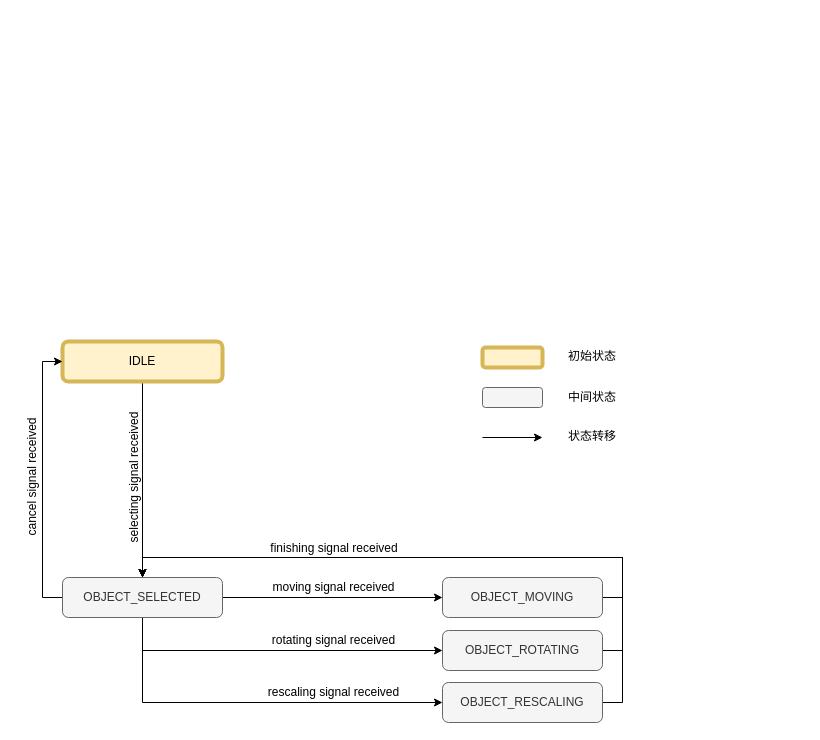
lorenz-liu/gaze-dominant-manipulation keeps this draw.io diagram as PAPERWORK/论文图例/system_state_machine.drawio. Above is the earlier version. Source tidied: cells renumbered, new cells numbered last; positions are measured from the earlier drawing's top-left corner, leaving out a move shared by most shapes. Both pictures are drawn from the tidied source at 100%, with x=0, y=0 at pixel (-86, 341).
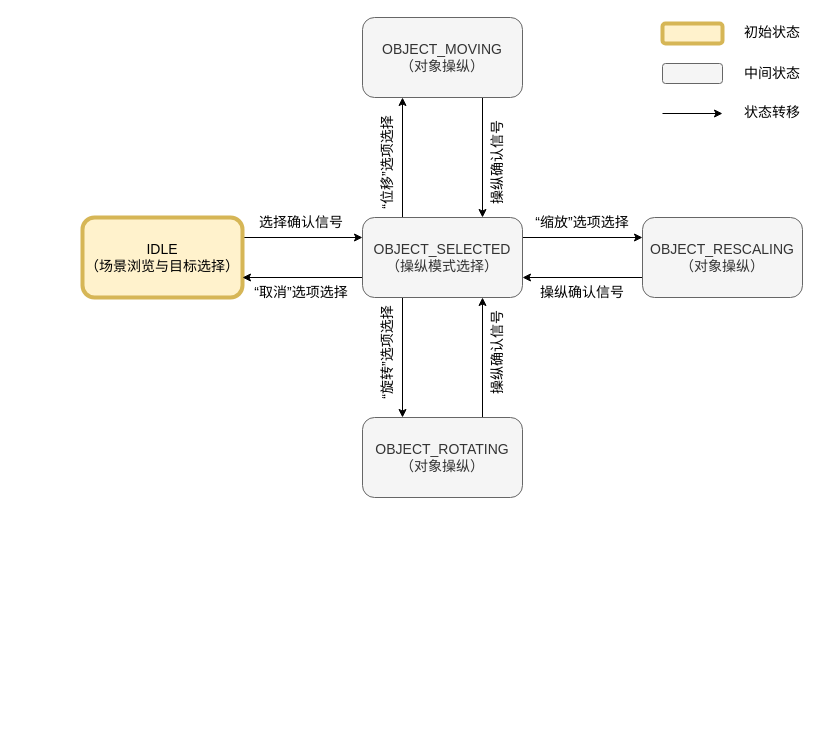
After the change.

What changed in the source:
```diff
@@
-    <mxCell id="2" style="edgeStyle=orthogonalEdgeStyle;rounded=0;jettySize=auto;html=1;exitX=0.5;exitY=1;exitDx=0;exitDy=0;entryX=0.5;entryY=0;entryDx=0;entryDy=0;" parent="1" edge="1" source="3" target="8">
+    <mxCell id="2" style="edgeStyle=orthogonalEdgeStyle;rounded=0;jettySize=auto;html=1;exitX=1;exitY=0.25;exitDx=0;exitDy=0;entryX=0;entryY=0.25;entryDx=0;entryDy=0;fontSize=14;" parent="1" edge="1" source="3" target="8">
       <mxGeometry relative="1" as="geometry" />
     </mxCell>
-    <mxCell id="3" value="IDLE" style="rounded=1;whiteSpace=wrap;html=1;fillColor=#fff2cc;strokeColor=#d6b656;strokeWidth=4;" parent="1" vertex="1">
-      <mxGeometry x="148" width="160" height="40" as="geometry" />
+    <mxCell id="3" value="IDLE&lt;br style=&quot;font-size: 14px;&quot;&gt;（场景浏览与目标选择）" style="rounded=1;whiteSpace=wrap;html=1;fillColor=#fff2cc;strokeColor=#d6b656;strokeWidth=4;imageWidth=24;imageHeight=24;fontSize=14;" parent="1" vertex="1">
+      <mxGeometry x="168" y="-124" width="160" height="80" as="geometry" />
     </mxCell>
+    <mxCell id="5" style="edgeStyle=orthogonalEdgeStyle;rounded=0;jettySize=auto;html=1;exitX=0;exitY=0.75;exitDx=0;exitDy=0;entryX=1;entryY=0.75;entryDx=0;entryDy=0;fontSize=14;" parent="1" edge="1" source="8" target="3">
+      <mxGeometry relative="1" as="geometry" />
+    </mxCell>
-    <mxCell id="4" style="edgeStyle=orthogonalEdgeStyle;rounded=0;jettySize=auto;html=1;exitX=1;exitY=0.5;exitDx=0;exitDy=0;" parent="1" edge="1" source="8" target="11">
+    <mxCell id="4" style="edgeStyle=orthogonalEdgeStyle;rounded=0;jettySize=auto;html=1;exitX=0.25;exitY=0;exitDx=0;exitDy=0;entryX=0.25;entryY=1;entryDx=0;entryDy=0;fontSize=14;" parent="1" edge="1" source="8" target="11">
       <mxGeometry relative="1" as="geometry" />
     </mxCell>
-    <mxCell id="5" style="edgeStyle=orthogonalEdgeStyle;rounded=0;jettySize=auto;html=1;exitX=0;exitY=0.5;exitDx=0;exitDy=0;entryX=0;entryY=0.5;entryDx=0;entryDy=0;" parent="1" edge="1" source="8" target="3">
-      <mxGeometry relative="1" as="geometry" />
-    </mxCell>
-    <mxCell id="6" style="edgeStyle=orthogonalEdgeStyle;rounded=0;jettySize=auto;html=1;exitX=0.5;exitY=1;exitDx=0;exitDy=0;entryX=0;entryY=0.5;entryDx=0;entryDy=0;" parent="1" edge="1" source="8" target="22">
+    <mxCell id="6" style="edgeStyle=orthogonalEdgeStyle;rounded=0;jettySize=auto;html=1;exitX=0.25;exitY=1;exitDx=0;exitDy=0;entryX=0.25;entryY=0;entryDx=0;entryDy=0;fontSize=14;" parent="1" edge="1" source="8" target="22">
       <mxGeometry relative="1" as="geometry" />
     </mxCell>
-    <mxCell id="7" style="edgeStyle=orthogonalEdgeStyle;rounded=0;jettySize=auto;html=1;exitX=0.5;exitY=1;exitDx=0;exitDy=0;entryX=0;entryY=0.5;entryDx=0;entryDy=0;" parent="1" edge="1" source="8" target="25">
+    <mxCell id="7" style="edgeStyle=orthogonalEdgeStyle;rounded=0;jettySize=auto;html=1;exitX=1;exitY=0.25;exitDx=0;exitDy=0;entryX=0;entryY=0.25;entryDx=0;entryDy=0;fontSize=14;" parent="1" edge="1" source="8" target="25">
       <mxGeometry relative="1" as="geometry" />
     </mxCell>
-    <mxCell id="8" value="OBJECT_SELECTED" style="rounded=1;whiteSpace=wrap;html=1;fillColor=#f5f5f5;fontColor=#333333;strokeColor=#666666;" parent="1" vertex="1">
-      <mxGeometry x="148" y="236" width="160" height="40" as="geometry" />
+    <mxCell id="8" value="OBJECT_SELECTED&lt;br style=&quot;font-size: 14px;&quot;&gt;（操纵模式选择）" style="rounded=1;whiteSpace=wrap;html=1;fillColor=#f5f5f5;fontColor=#333333;strokeColor=#666666;imageWidth=24;imageHeight=24;fontSize=14;" parent="1" vertex="1">
+      <mxGeometry x="448" y="-124" width="160" height="80" as="geometry" />
     </mxCell>
-    <mxCell id="9" value="finishing signal received" style="text;html=1;strokeColor=none;fillColor=none;align=center;verticalAlign=middle;whiteSpace=wrap;rounded=0;rotation=0;" parent="1" vertex="1">
-      <mxGeometry x="344.5" y="192" width="150" height="30" as="geometry" />
+    <mxCell id="9" value="“位移”选项选择" style="text;html=1;strokeColor=none;fillColor=none;align=center;verticalAlign=middle;whiteSpace=wrap;rounded=0;rotation=-90;fontSize=14;" parent="1" vertex="1">
+      <mxGeometry x="423" y="-194" width="100" height="30" as="geometry" />
     </mxCell>
-    <mxCell id="10" style="edgeStyle=orthogonalEdgeStyle;rounded=0;jettySize=auto;html=1;exitX=1;exitY=0.5;exitDx=0;exitDy=0;entryX=0.5;entryY=0;entryDx=0;entryDy=0;" parent="1" edge="1" source="11" target="8">
-      <mxGeometry relative="1" as="geometry">
-        <Array as="points">
-          <mxPoint x="708" y="256" />
-          <mxPoint x="708" y="216" />
-          <mxPoint x="228" y="216" />
-        </Array>
-      </mxGeometry>
+    <mxCell id="10" style="edgeStyle=orthogonalEdgeStyle;rounded=0;jettySize=auto;html=1;exitX=0.75;exitY=1;exitDx=0;exitDy=0;entryX=0.75;entryY=0;entryDx=0;entryDy=0;fontSize=14;" parent="1" edge="1" source="11" target="8">
+      <mxGeometry relative="1" as="geometry" />
     </mxCell>
-    <mxCell id="11" value="OBJECT_MOVING" style="rounded=1;whiteSpace=wrap;html=1;fillColor=#f5f5f5;fontColor=#333333;strokeColor=#666666;" parent="1" vertex="1">
-      <mxGeometry x="528" y="236" width="160" height="40" as="geometry" />
+    <mxCell id="11" value="OBJECT_MOVING&lt;br style=&quot;font-size: 14px;&quot;&gt;（对象操纵）" style="rounded=1;whiteSpace=wrap;html=1;fillColor=#f5f5f5;fontColor=#333333;strokeColor=#666666;imageWidth=24;imageHeight=24;fontSize=14;" parent="1" vertex="1">
+      <mxGeometry x="448" y="-324" width="160" height="80" as="geometry" />
     </mxCell>
-    <mxCell id="12" value="cancel signal received" style="text;html=1;strokeColor=none;fillColor=none;align=center;verticalAlign=middle;whiteSpace=wrap;rounded=0;rotation=-90;" parent="1" vertex="1">
-      <mxGeometry x="0.5" y="121" width="235" height="30" as="geometry" />
+    <mxCell id="12" value="“取消”选项选择" style="text;html=1;strokeColor=none;fillColor=none;align=center;verticalAlign=middle;whiteSpace=wrap;rounded=0;rotation=0;fontSize=14;" parent="1" vertex="1">
+      <mxGeometry x="328" y="-64" width="117.5" height="30" as="geometry" />
     </mxCell>
-    <mxCell id="13" value="moving signal received" style="text;html=1;strokeColor=none;fillColor=none;align=center;verticalAlign=middle;whiteSpace=wrap;rounded=0;rotation=0;" parent="1" vertex="1">
-      <mxGeometry x="302" y="231" width="235" height="30" as="geometry" />
-    </mxCell>
-    <mxCell id="14" value="selecting signal received" style="text;html=1;strokeColor=none;fillColor=none;align=center;verticalAlign=middle;whiteSpace=wrap;rounded=0;rotation=-90;" parent="1" vertex="1">
-      <mxGeometry x="102" y="121" width="235" height="30" as="geometry" />
+    <mxCell id="14" value="选择确认信号" style="text;html=1;strokeColor=none;fillColor=none;align=center;verticalAlign=middle;whiteSpace=wrap;rounded=0;rotation=0;fontSize=14;" parent="1" vertex="1">
+      <mxGeometry x="328.8" y="-134" width="116" height="30" as="geometry" />
     </mxCell>
+    <mxCell id="21" style="edgeStyle=orthogonalEdgeStyle;rounded=0;jettySize=auto;html=1;exitX=0.75;exitY=0;exitDx=0;exitDy=0;entryX=0.75;entryY=1;entryDx=0;entryDy=0;fontSize=14;" parent="1" edge="1" source="22" target="8">
+      <mxGeometry relative="1" as="geometry" />
+    </mxCell>
+    <mxCell id="22" value="OBJECT_ROTATING&lt;br style=&quot;font-size: 14px;&quot;&gt;（对象操纵）" style="rounded=1;whiteSpace=wrap;html=1;fillColor=#f5f5f5;fontColor=#333333;strokeColor=#666666;imageWidth=24;imageHeight=24;fontSize=14;" parent="1" vertex="1">
+      <mxGeometry x="448" y="76" width="160" height="80" as="geometry" />
+    </mxCell>
+    <mxCell id="24" style="edgeStyle=orthogonalEdgeStyle;rounded=0;jettySize=auto;html=1;exitX=0;exitY=0.75;exitDx=0;exitDy=0;entryX=1;entryY=0.75;entryDx=0;entryDy=0;fontSize=14;" parent="1" edge="1" source="25" target="8">
+      <mxGeometry relative="1" as="geometry" />
+    </mxCell>
+    <mxCell id="25" value="OBJECT_RESCALING&lt;br style=&quot;font-size: 14px;&quot;&gt;（对象操纵）" style="rounded=1;whiteSpace=wrap;html=1;fillColor=#f5f5f5;fontColor=#333333;strokeColor=#666666;imageWidth=24;imageHeight=24;fontSize=14;" parent="1" vertex="1">
+      <mxGeometry x="728" y="-124" width="160" height="80" as="geometry" />
+    </mxCell>
+    <mxCell id="27" style="group;fontSize=14;" parent="1" vertex="1">
+      <mxGeometry x="748" y="-324" width="140" height="110" as="geometry" />
+    </mxCell>
-    <mxCell id="15" style="rounded=1;whiteSpace=wrap;html=1;fillColor=#fff2cc;strokeColor=#d6b656;strokeWidth=4;" parent="1" vertex="1">
-      <mxGeometry x="568" y="6" width="60" height="20" as="geometry" />
+    <mxCell id="15" style="rounded=1;whiteSpace=wrap;html=1;fillColor=#fff2cc;strokeColor=#d6b656;strokeWidth=4;fontSize=14;" parent="27" vertex="1">
+      <mxGeometry y="6" width="60" height="20" as="geometry" />
     </mxCell>
-    <mxCell id="16" style="rounded=1;whiteSpace=wrap;html=1;fillColor=#f5f5f5;fontColor=#333333;strokeColor=#666666;" parent="1" vertex="1">
-      <mxGeometry x="568" y="46" width="60" height="20" as="geometry" />
+    <mxCell id="16" style="rounded=1;whiteSpace=wrap;html=1;fillColor=#f5f5f5;fontColor=#333333;strokeColor=#666666;fontSize=14;" parent="27" vertex="1">
+      <mxGeometry y="46" width="60" height="20" as="geometry" />
     </mxCell>
-    <mxCell id="17" style="endArrow=classic;html=1;rounded=0;" parent="1" edge="1">
+    <mxCell id="17" style="endArrow=classic;html=1;rounded=0;fontSize=14;" parent="27" edge="1">
       <mxGeometry relative="1" as="geometry">
-        <mxPoint x="568" y="96" as="sourcePoint" />
-        <mxPoint x="628" y="96" as="targetPoint" />
+        <mxPoint y="96" as="sourcePoint" />
+        <mxPoint x="60" y="96" as="targetPoint" />
       </mxGeometry>
     </mxCell>
-    <mxCell id="18" value="初始状态" style="text;html=1;strokeColor=none;fillColor=none;align=center;verticalAlign=middle;whiteSpace=wrap;rounded=0;" parent="1" vertex="1">
-      <mxGeometry x="648" width="60" height="30" as="geometry" />
+    <mxCell id="18" value="初始状态" style="text;html=1;strokeColor=none;fillColor=none;align=center;verticalAlign=middle;whiteSpace=wrap;rounded=0;fontSize=14;" parent="27" vertex="1">
+      <mxGeometry x="80" width="60" height="30" as="geometry" />
     </mxCell>
-    <mxCell id="19" value="中间状态" style="text;html=1;strokeColor=none;fillColor=none;align=center;verticalAlign=middle;whiteSpace=wrap;rounded=0;" parent="1" vertex="1">
-      <mxGeometry x="648" y="41" width="60" height="30" as="geometry" />
+    <mxCell id="19" value="中间状态" style="text;html=1;strokeColor=none;fillColor=none;align=center;verticalAlign=middle;whiteSpace=wrap;rounded=0;fontSize=14;" parent="27" vertex="1">
+      <mxGeometry x="80" y="41" width="60" height="30" as="geometry" />
     </mxCell>
-    <mxCell id="20" value="状态转移" style="text;html=1;strokeColor=none;fillColor=none;align=center;verticalAlign=middle;whiteSpace=wrap;rounded=0;" parent="1" vertex="1">
-      <mxGeometry x="648" y="80" width="60" height="30" as="geometry" />
+    <mxCell id="20" value="状态转移" style="text;html=1;strokeColor=none;fillColor=none;align=center;verticalAlign=middle;whiteSpace=wrap;rounded=0;fontSize=14;" parent="27" vertex="1">
+      <mxGeometry x="80" y="80" width="60" height="30" as="geometry" />
     </mxCell>
-    <mxCell id="21" style="edgeStyle=orthogonalEdgeStyle;rounded=0;jettySize=auto;html=1;exitX=1;exitY=0.5;exitDx=0;exitDy=0;entryX=0.5;entryY=0;entryDx=0;entryDy=0;" parent="1" edge="1" source="22" target="8">
-      <mxGeometry relative="1" as="geometry" />
-    </mxCell>
-    <mxCell id="22" value="OBJECT_ROTATING" style="rounded=1;whiteSpace=wrap;html=1;fillColor=#f5f5f5;fontColor=#333333;strokeColor=#666666;" parent="1" vertex="1">
-      <mxGeometry x="528" y="289" width="160" height="40" as="geometry" />
-    </mxCell>
-    <mxCell id="23" value="rotating signal received" style="text;html=1;strokeColor=none;fillColor=none;align=center;verticalAlign=middle;whiteSpace=wrap;rounded=0;rotation=0;" parent="1" vertex="1">
-      <mxGeometry x="302" y="284" width="235" height="30" as="geometry" />
-    </mxCell>
-    <mxCell id="24" style="edgeStyle=orthogonalEdgeStyle;rounded=0;jettySize=auto;html=1;exitX=1;exitY=0.5;exitDx=0;exitDy=0;entryX=0.5;entryY=0;entryDx=0;entryDy=0;" parent="1" edge="1" source="25" target="8">
-      <mxGeometry relative="1" as="geometry" />
-    </mxCell>
-    <mxCell id="25" value="OBJECT_RESCALING" style="rounded=1;whiteSpace=wrap;html=1;fillColor=#f5f5f5;fontColor=#333333;strokeColor=#666666;" parent="1" vertex="1">
-      <mxGeometry x="528" y="341" width="160" height="40" as="geometry" />
-    </mxCell>
-    <mxCell id="26" value="rescaling signal received" style="text;html=1;strokeColor=none;fillColor=none;align=center;verticalAlign=middle;whiteSpace=wrap;rounded=0;rotation=0;" parent="1" vertex="1">
-      <mxGeometry x="302" y="336" width="235" height="30" as="geometry" />
-    </mxCell>
+    <mxCell id="28" value="“旋转”选项选择" style="text;html=1;strokeColor=none;fillColor=none;align=center;verticalAlign=middle;whiteSpace=wrap;rounded=0;rotation=-90;fontSize=14;" parent="1" vertex="1">
+      <mxGeometry x="423" y="-4" width="100" height="30" as="geometry" />
+    </mxCell>
+    <mxCell id="29" value="“缩放”选项选择" style="text;html=1;strokeColor=none;fillColor=none;align=center;verticalAlign=middle;whiteSpace=wrap;rounded=0;rotation=0;fontSize=14;" parent="1" vertex="1">
+      <mxGeometry x="618" y="-134" width="100" height="30" as="geometry" />
+    </mxCell>
+    <mxCell id="30" value="操纵确认信号" style="text;html=1;strokeColor=none;fillColor=none;align=center;verticalAlign=middle;whiteSpace=wrap;rounded=0;rotation=-90;fontSize=14;" parent="1" vertex="1">
+      <mxGeometry x="538" y="-194" width="90" height="30" as="geometry" />
+    </mxCell>
+    <mxCell id="31" value="操纵确认信号" style="text;html=1;strokeColor=none;fillColor=none;align=center;verticalAlign=middle;whiteSpace=wrap;rounded=0;rotation=-90;fontSize=14;" parent="1" vertex="1">
+      <mxGeometry x="538" y="-4" width="90" height="30" as="geometry" />
+    </mxCell>
+    <mxCell id="32" value="操纵确认信号" style="text;html=1;strokeColor=none;fillColor=none;align=center;verticalAlign=middle;whiteSpace=wrap;rounded=0;rotation=0;fontSize=14;" parent="1" vertex="1">
+      <mxGeometry x="623" y="-64" width="90" height="30" as="geometry" />
+    </mxCell>
```
